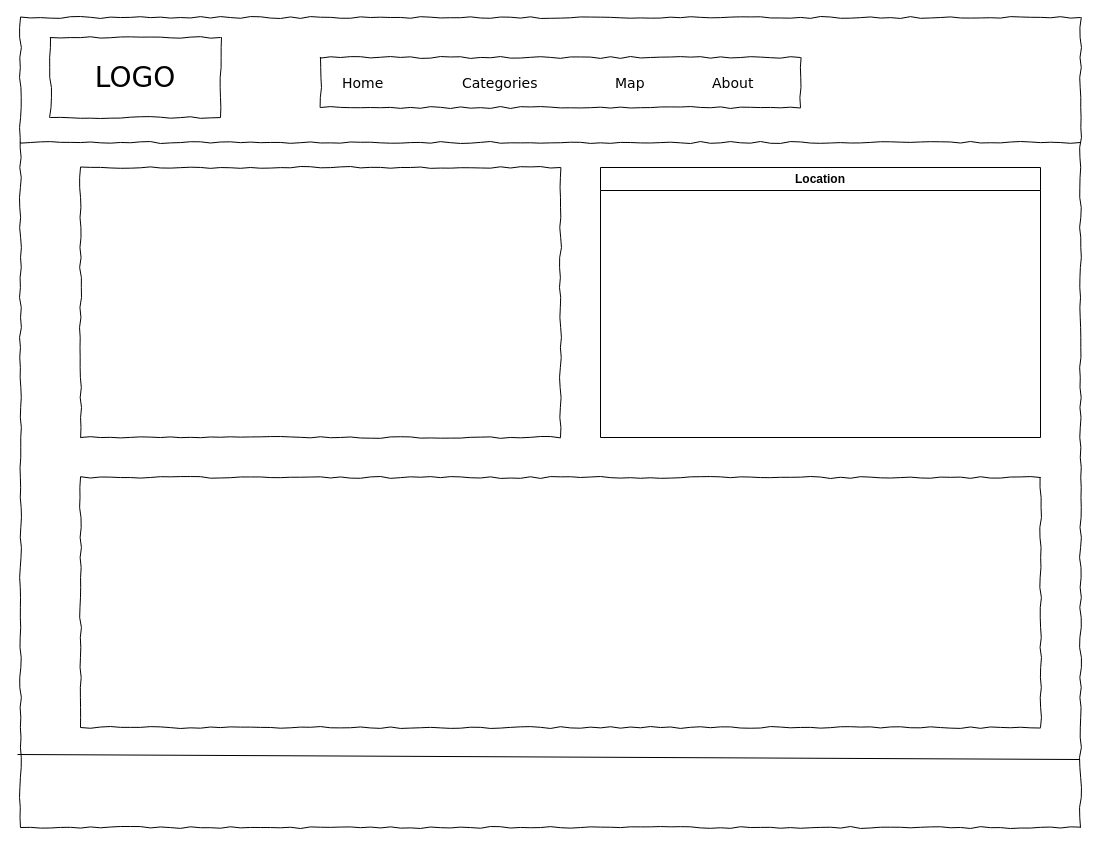
Earlier version of the draw.io diagram Planing/About.drawio (LlynBaum/LlynBaum.github.io). Source tidied: cells renumbered, new cells numbered last; positions are measured from the earlier drawing's top-left corner, leaving out a move shared by most shapes. Both pictures are drawn from the tidied source at 100%, with x=0, y=0 at pixel (17, 17).
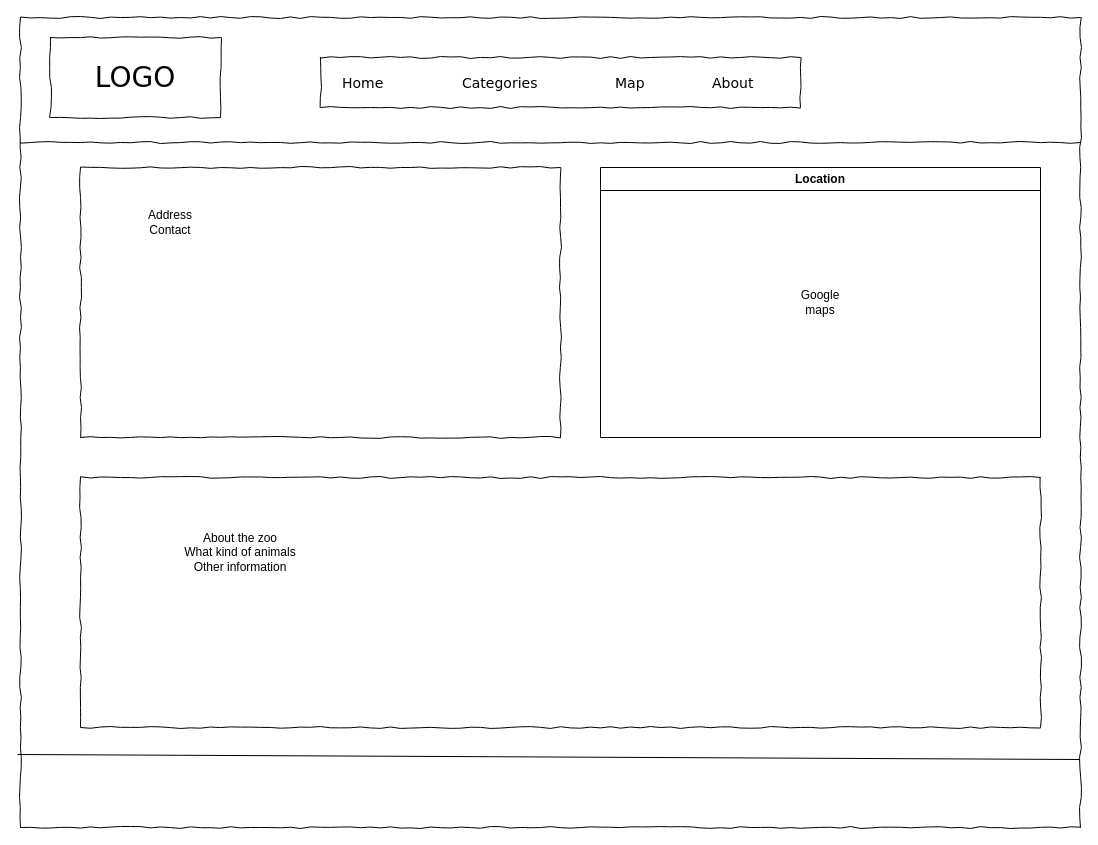
After the change.

The edit, as a diff of the source:
```diff
@@
 <mxGraphModel>
   <root>
     <mxCell id="0" />
     <mxCell id="1" parent="0" />
     <mxCell id="2" style="whiteSpace=wrap;html=1;rounded=0;shadow=0;labelBackgroundColor=none;strokeColor=#000000;strokeWidth=1;fillColor=none;fontFamily=Verdana;fontSize=12;fontColor=#000000;align=center;comic=1;" parent="1" vertex="1">
       <mxGeometry x="3" width="1060" height="810" as="geometry" />
     </mxCell>
     <mxCell id="3" value="LOGO" style="whiteSpace=wrap;html=1;rounded=0;shadow=0;labelBackgroundColor=none;strokeWidth=1;fontFamily=Verdana;fontSize=28;align=center;comic=1;" parent="1" vertex="1">
       <mxGeometry x="33" y="20" width="170" height="80" as="geometry" />
     </mxCell>
     <mxCell id="4" style="line;strokeWidth=1;html=1;rounded=0;shadow=0;labelBackgroundColor=none;fillColor=none;fontFamily=Verdana;fontSize=14;fontColor=#000000;align=center;comic=1;" parent="1" vertex="1">
       <mxGeometry x="3" y="120" width="1060" height="10" as="geometry" />
     </mxCell>
     <mxCell id="5" style="whiteSpace=wrap;html=1;rounded=0;shadow=0;labelBackgroundColor=none;strokeWidth=1;fillColor=none;fontFamily=Verdana;fontSize=12;align=center;comic=1;" parent="1" vertex="1">
       <mxGeometry x="303" y="40" width="480" height="50" as="geometry" />
     </mxCell>
     <mxCell id="6" value="Home" style="text;html=1;align=left;verticalAlign=top;spacingTop=-4;fontSize=14;fontFamily=Verdana;" parent="1" vertex="1">
       <mxGeometry x="323" y="55" width="60" height="20" as="geometry" />
     </mxCell>
     <mxCell id="7" value="Categories" style="text;html=1;align=left;verticalAlign=top;spacingTop=-4;fontSize=14;fontFamily=Verdana;" parent="1" vertex="1">
       <mxGeometry x="443" y="55" width="83" height="20" as="geometry" />
     </mxCell>
     <mxCell id="8" value="Map" style="text;html=1;align=left;verticalAlign=top;spacingTop=-4;fontSize=14;fontFamily=Verdana;" parent="1" vertex="1">
       <mxGeometry x="596" y="55" width="60" height="20" as="geometry" />
     </mxCell>
     <mxCell id="9" value="About" style="text;html=1;align=left;verticalAlign=top;spacingTop=-4;fontSize=14;fontFamily=Verdana;" parent="1" vertex="1">
       <mxGeometry x="693" y="55" width="60" height="20" as="geometry" />
     </mxCell>
     <mxCell id="10" style="endArrow=none;html=1;rounded=0;exitX=-0.003;exitY=0.91;exitDx=0;exitDy=0;exitPerimeter=0;entryX=0.999;entryY=0.916;entryDx=0;entryDy=0;entryPerimeter=0;shadow=0;jumpStyle=none;" parent="1" edge="1">
       <mxGeometry relative="1" as="geometry">
         <mxPoint y="737" as="sourcePoint" />
         <mxPoint x="1062" y="742" as="targetPoint" />
       </mxGeometry>
     </mxCell>
     <mxCell id="11" style="whiteSpace=wrap;html=1;rounded=0;shadow=0;labelBackgroundColor=none;strokeWidth=1;fillColor=none;fontFamily=Verdana;fontSize=12;align=center;comic=1;" parent="1" vertex="1">
       <mxGeometry x="63" y="150" width="480" height="270" as="geometry" />
     </mxCell>
     <mxCell id="12" style="whiteSpace=wrap;html=1;rounded=0;shadow=0;labelBackgroundColor=none;strokeWidth=1;fillColor=none;fontFamily=Verdana;fontSize=12;align=center;comic=1;" parent="1" vertex="1">
       <mxGeometry x="63" y="460" width="960" height="250" as="geometry" />
     </mxCell>
     <mxCell id="13" value="Location" style="swimlane;whiteSpace=wrap;html=1;" parent="1" vertex="1">
       <mxGeometry x="583" y="150" width="440" height="270" as="geometry" />
     </mxCell>
+    <mxCell id="14" value="Google maps" style="text;html=1;strokeColor=none;fillColor=none;align=center;verticalAlign=middle;whiteSpace=wrap;rounded=0;" parent="13" vertex="1">
+      <mxGeometry x="190" y="120" width="60" height="30" as="geometry" />
+    </mxCell>
+    <mxCell id="15" value="Address&lt;br&gt;Contact" style="text;html=1;strokeColor=none;fillColor=none;align=center;verticalAlign=middle;whiteSpace=wrap;rounded=0;" parent="1" vertex="1">
+      <mxGeometry x="103" y="180" width="100" height="50" as="geometry" />
+    </mxCell>
+    <mxCell id="16" value="About the zoo&lt;br&gt;What kind of animals&lt;br&gt;Other information" style="text;html=1;strokeColor=none;fillColor=none;align=center;verticalAlign=middle;whiteSpace=wrap;rounded=0;" parent="1" vertex="1">
+      <mxGeometry x="103" y="500" width="240" height="70" as="geometry" />
+    </mxCell>
   </root>
 </mxGraphModel>
```
